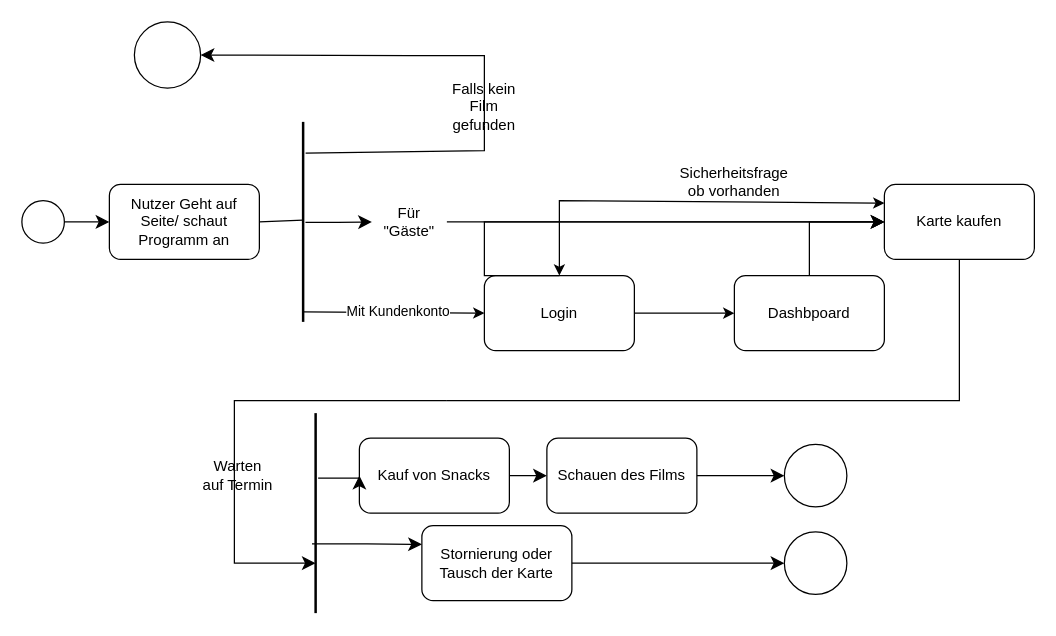
Before: src/main/asciidoc/models/analysis/UseCase/NutzerDiagramm.drawio in Leonard0108/Anwendungsprogrammierung, a draw.io diagram. Source tidied: cells renumbered, new cells numbered last; positions are measured from the earlier drawing's top-left corner, leaving out a move shared by most shapes. Both pictures are drawn from the tidied source at 125%, with x=0, y=0 at pixel (21, 21).
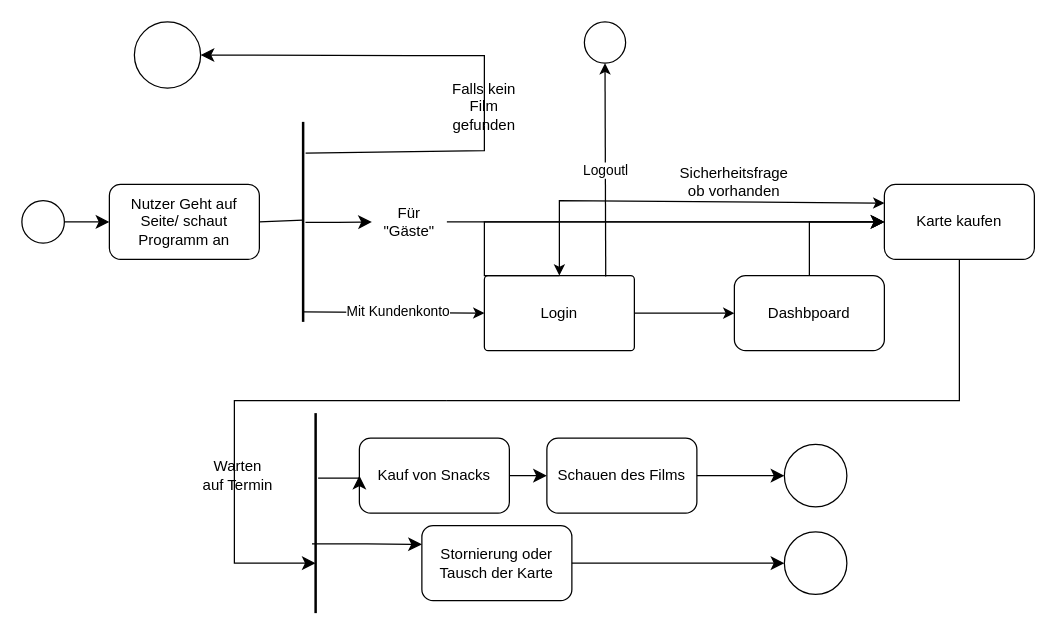
After the change.

Commit message (it also covers changes not shown here):
Leichte Fehlerkorrektur + Fertigstellung des MitarbeiterDiagramm.drawio

Diff of the diagram source:
```diff
@@
-    <mxCell id="11" value="Login" style="rounded=1;whiteSpace=wrap;html=1;" parent="1" vertex="1">
+    <mxCell id="11" value="Login" style="rounded=1;whiteSpace=wrap;html=1;arcSize=5;" parent="1" vertex="1">
       <mxGeometry x="370" y="203" width="120" height="60" as="geometry" />
     </mxCell>
@@
+    <mxCell id="39" style="ellipse;whiteSpace=wrap;html=1;" parent="1" vertex="1">
+      <mxGeometry x="450" width="33" height="33" as="geometry" />
+    </mxCell>
+    <mxCell id="40" style="endArrow=classic;html=1;rounded=0;exitX=0.809;exitY=0.011;exitDx=0;exitDy=0;entryX=0.5;entryY=1;entryDx=0;entryDy=0;exitPerimeter=0;" parent="1" edge="1" source="11" target="39">
+      <mxGeometry relative="1" as="geometry" />
+    </mxCell>
+    <mxCell id="41" value="Logoutl" style="edgeLabel;html=1;align=center;verticalAlign=middle;" parent="40" vertex="1">
+      <mxGeometry relative="1" as="geometry" />
+    </mxCell>
```
